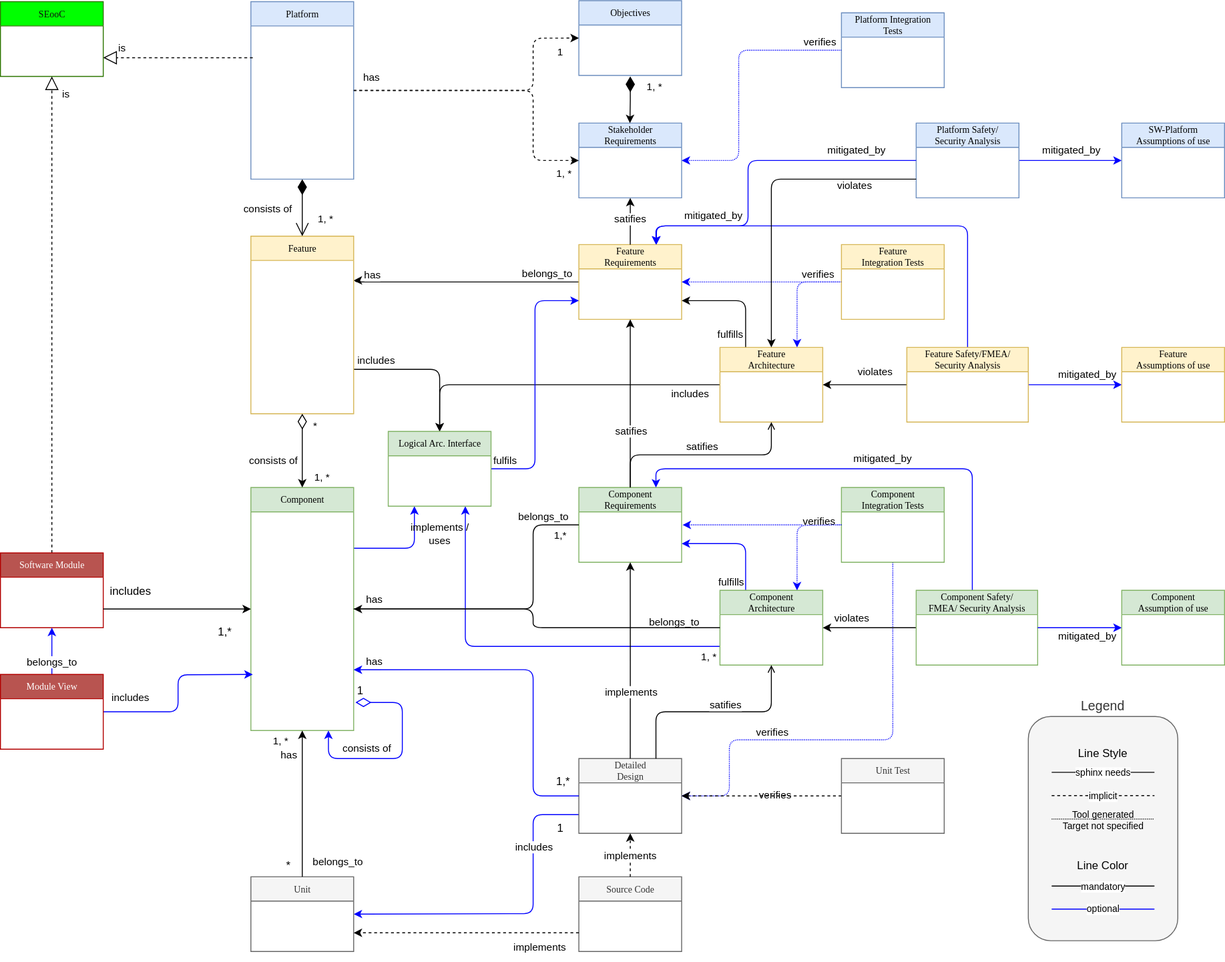
The draw.io diagram pr-515/_images/score_building_blocks_meta_model.drawio.svg in eclipse-score/process_description, before a commit. Source tidied: cells renumbered, new cells last; positions are measured from the earlier drawing's top-left corner, leaving out a move shared by most shapes.
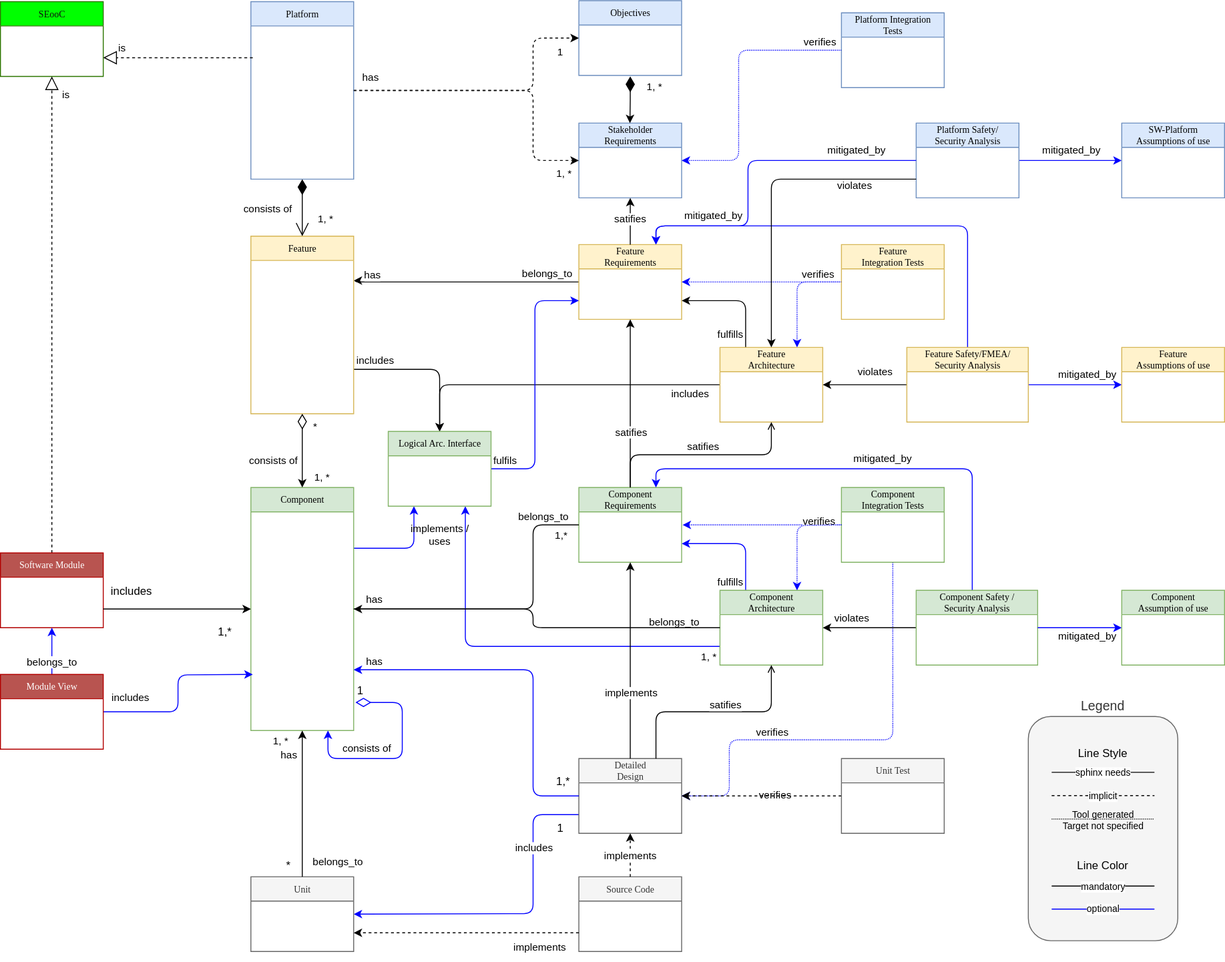
The same file after the commit.

What changed in the source:
```diff
@@ -422,7 +422,7 @@
         </Array>
       </mxGeometry>
     </mxCell>
-    <mxCell id="90" value="Component Safety/&lt;br&gt;FMEA/ Security Analysis" style="swimlane;html=1;fontStyle=0;horizontal=1;startSize=26;fillColor=#d5e8d4;swimlaneFillColor=#ffffff;rounded=0;shadow=0;comic=0;labelBackgroundColor=none;strokeWidth=1;fontFamily=Verdana;fontSize=10;align=center;strokeColor=#82b366;" parent="1" vertex="1">
+    <mxCell id="90" value="Component Safety /&lt;br&gt;Security Analysis" style="swimlane;html=1;fontStyle=0;horizontal=1;startSize=26;fillColor=#d5e8d4;swimlaneFillColor=#ffffff;rounded=0;shadow=0;comic=0;labelBackgroundColor=none;strokeWidth=1;fontFamily=Verdana;fontSize=10;align=center;strokeColor=#82b366;" parent="1" vertex="1">
       <mxGeometry x="980" y="631" width="130" height="80" as="geometry" />
     </mxCell>
     <mxCell id="91" style="edgeStyle=orthogonalEdgeStyle;rounded=0;jettySize=auto;html=1;entryX=1;entryY=0.5;entryDx=0;entryDy=0;startArrow=classic;startFill=1;endArrow=none;endFill=0;strokeColor=#0000FF;" parent="1" edge="1" source="92" target="90">
```
